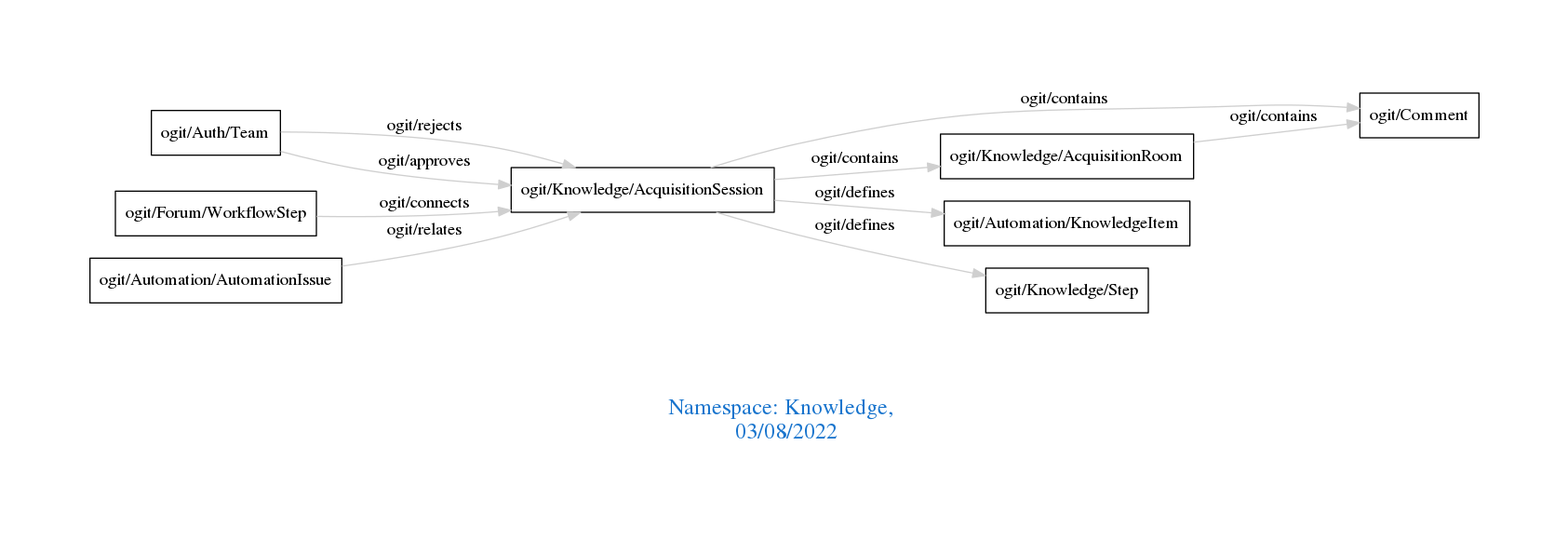
arago/OGIT keeps this Graphviz diagram as downloads/Knowledge.png. Above is the earlier version. Its source is kept beside it as downloads/Knowledge.dot.
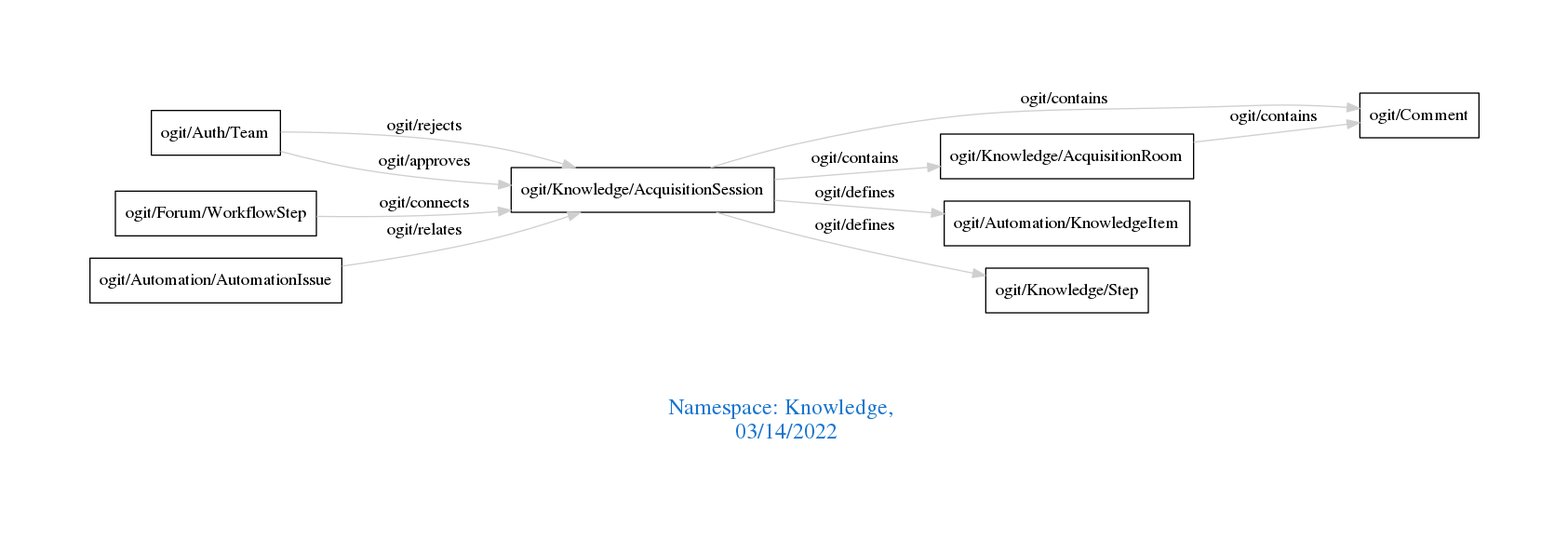
The same diagram one commit later.

The edit, as a diff of the source:
```diff
@@ -1,7 +1,7 @@
 digraph OGIT_ontology {
  graph [ rankdir= LR,pad=1
 fontsize = 18,
-fontcolor= dodgerblue3,label = "\n\n\nNamespace: Knowledge, \n 03/08/2022"];
+fontcolor= dodgerblue3,label = "\n\n\nNamespace: Knowledge, \n 03/14/2022"];
 node[shape=polygon];
 edge [  color="gray81"];
 
```
